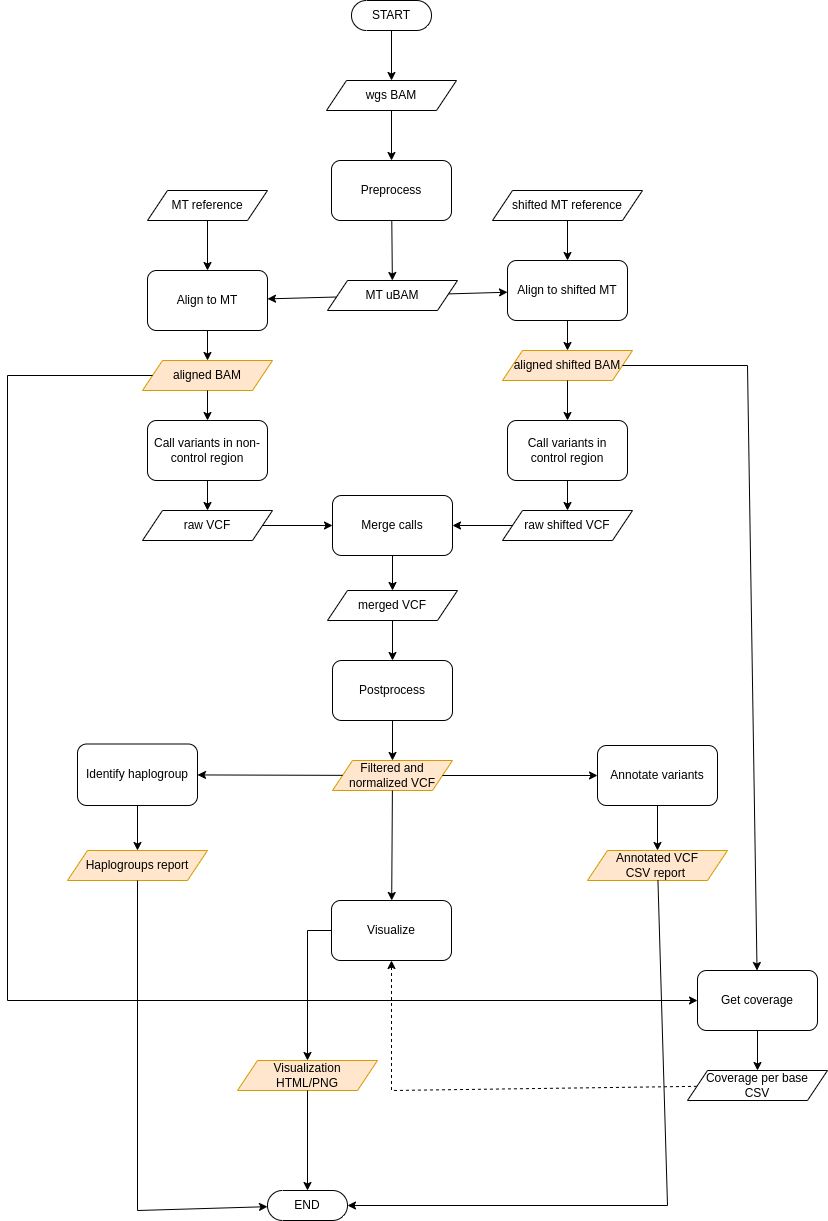
Earlier version of the draw.io export docs/source/images/mitopy.png (bendda/mitopy). Source tidied: cells renumbered, new cells last; positions are measured from the earlier drawing's top-left corner, leaving out a move shared by most shapes. Source of this version:
```xml
<mxGraphModel>
  <root>
    <mxCell id="0" />
    <mxCell id="1" parent="0" />
    <mxCell id="2" value="Preprocess" style="rounded=1;whiteSpace=wrap;html=1;" parent="1" vertex="1">
      <mxGeometry x="324" y="160" width="120" height="60" as="geometry" />
    </mxCell>
    <mxCell id="3" value="wgs BAM" style="shape=parallelogram;perimeter=parallelogramPerimeter;whiteSpace=wrap;html=1;fixedSize=1;" parent="1" vertex="1">
      <mxGeometry x="319" y="80" width="130" height="30" as="geometry" />
    </mxCell>
    <mxCell id="4" value="MT uBAM" style="shape=parallelogram;perimeter=parallelogramPerimeter;whiteSpace=wrap;html=1;fixedSize=1;" parent="1" vertex="1">
      <mxGeometry x="320" y="280" width="130" height="30" as="geometry" />
    </mxCell>
    <mxCell id="5" value="Align to MT" style="rounded=1;whiteSpace=wrap;html=1;" parent="1" vertex="1">
      <mxGeometry x="140" y="270" width="120" height="60" as="geometry" />
    </mxCell>
    <mxCell id="6" value="Align to shifted MT" style="rounded=1;whiteSpace=wrap;html=1;" parent="1" vertex="1">
      <mxGeometry x="500" y="260" width="120" height="60" as="geometry" />
    </mxCell>
    <mxCell id="7" value="aligned BAM" style="shape=parallelogram;perimeter=parallelogramPerimeter;whiteSpace=wrap;html=1;fixedSize=1;fillColor=#ffe6cc;strokeColor=#d79b00;" parent="1" vertex="1">
      <mxGeometry x="135" y="360" width="130" height="30" as="geometry" />
    </mxCell>
    <mxCell id="8" value="aligned shifted BAM" style="shape=parallelogram;perimeter=parallelogramPerimeter;whiteSpace=wrap;html=1;fixedSize=1;fillColor=#ffe6cc;strokeColor=#d79b00;" parent="1" vertex="1">
      <mxGeometry x="495" y="350" width="130" height="30" as="geometry" />
    </mxCell>
    <mxCell id="9" value="Call variants in non-control region" style="rounded=1;whiteSpace=wrap;html=1;" parent="1" vertex="1">
      <mxGeometry x="140" y="420" width="120" height="60" as="geometry" />
    </mxCell>
    <mxCell id="10" value="Call variants in control region" style="rounded=1;whiteSpace=wrap;html=1;" parent="1" vertex="1">
      <mxGeometry x="500" y="420" width="120" height="60" as="geometry" />
    </mxCell>
    <mxCell id="11" value="raw VCF" style="shape=parallelogram;perimeter=parallelogramPerimeter;whiteSpace=wrap;html=1;fixedSize=1;" parent="1" vertex="1">
      <mxGeometry x="135" y="510" width="130" height="30" as="geometry" />
    </mxCell>
    <mxCell id="12" value="raw shifted VCF" style="shape=parallelogram;perimeter=parallelogramPerimeter;whiteSpace=wrap;html=1;fixedSize=1;" parent="1" vertex="1">
      <mxGeometry x="495" y="510" width="130" height="30" as="geometry" />
    </mxCell>
    <mxCell id="13" value="Merge calls" style="rounded=1;whiteSpace=wrap;html=1;" parent="1" vertex="1">
      <mxGeometry x="325" y="495" width="120" height="60" as="geometry" />
    </mxCell>
    <mxCell id="14" value="Postprocess" style="rounded=1;whiteSpace=wrap;html=1;" parent="1" vertex="1">
      <mxGeometry x="325" y="660" width="120" height="60" as="geometry" />
    </mxCell>
    <mxCell id="15" value="merged VCF" style="shape=parallelogram;perimeter=parallelogramPerimeter;whiteSpace=wrap;html=1;fixedSize=1;" parent="1" vertex="1">
      <mxGeometry x="320" y="590" width="130" height="30" as="geometry" />
    </mxCell>
    <mxCell id="16" value="Filtered and normalized VCF" style="shape=parallelogram;perimeter=parallelogramPerimeter;whiteSpace=wrap;html=1;fixedSize=1;fillColor=#ffe6cc;strokeColor=#d79b00;" parent="1" vertex="1">
      <mxGeometry x="325" y="760" width="120" height="30" as="geometry" />
    </mxCell>
    <mxCell id="17" value="Annotate variants" style="rounded=1;whiteSpace=wrap;html=1;" parent="1" vertex="1">
      <mxGeometry x="590" y="745" width="120" height="60" as="geometry" />
    </mxCell>
    <mxCell id="18" value="Visualize" style="rounded=1;whiteSpace=wrap;html=1;" parent="1" vertex="1">
      <mxGeometry x="324" y="900" width="120" height="60" as="geometry" />
    </mxCell>
    <mxCell id="19" value="Identify haplogroup" style="rounded=1;whiteSpace=wrap;html=1;" parent="1" vertex="1">
      <mxGeometry x="70" y="743.5" width="120" height="61.5" as="geometry" />
    </mxCell>
    <mxCell id="20" value="Get coverage" style="rounded=1;whiteSpace=wrap;html=1;" parent="1" vertex="1">
      <mxGeometry x="690" y="970" width="120" height="60" as="geometry" />
    </mxCell>
    <mxCell id="21" style="endArrow=classic;html=1;rounded=0;" parent="1" edge="1" source="3" target="2">
      <mxGeometry relative="1" as="geometry" />
    </mxCell>
    <mxCell id="22" style="endArrow=classic;html=1;rounded=0;" parent="1" edge="1" source="2" target="4">
      <mxGeometry relative="1" as="geometry" />
    </mxCell>
    <mxCell id="23" style="endArrow=classic;html=1;rounded=0;" parent="1" edge="1" source="4" target="5">
      <mxGeometry relative="1" as="geometry" />
    </mxCell>
    <mxCell id="24" style="endArrow=classic;html=1;rounded=0;" parent="1" edge="1" source="4" target="6">
      <mxGeometry relative="1" as="geometry" />
    </mxCell>
    <mxCell id="25" style="endArrow=classic;html=1;rounded=0;" parent="1" edge="1" source="5" target="7">
      <mxGeometry relative="1" as="geometry" />
    </mxCell>
    <mxCell id="26" style="endArrow=classic;html=1;rounded=0;" parent="1" edge="1" source="6" target="8">
      <mxGeometry relative="1" as="geometry" />
    </mxCell>
    <mxCell id="27" value="MT reference" style="shape=parallelogram;perimeter=parallelogramPerimeter;whiteSpace=wrap;html=1;fixedSize=1;" parent="1" vertex="1">
      <mxGeometry x="140" y="190" width="120" height="30" as="geometry" />
    </mxCell>
    <mxCell id="28" value="shifted MT reference" style="shape=parallelogram;perimeter=parallelogramPerimeter;whiteSpace=wrap;html=1;fixedSize=1;" parent="1" vertex="1">
      <mxGeometry x="485" y="190" width="150" height="30" as="geometry" />
    </mxCell>
    <mxCell id="29" style="endArrow=classic;html=1;rounded=0;" parent="1" edge="1" source="27" target="5">
      <mxGeometry relative="1" as="geometry" />
    </mxCell>
    <mxCell id="30" style="endArrow=classic;html=1;rounded=0;" parent="1" edge="1" source="28" target="6">
      <mxGeometry relative="1" as="geometry" />
    </mxCell>
    <mxCell id="31" style="endArrow=classic;html=1;rounded=0;" parent="1" edge="1" source="7" target="9">
      <mxGeometry relative="1" as="geometry" />
    </mxCell>
    <mxCell id="32" style="endArrow=classic;html=1;rounded=0;" parent="1" edge="1" source="8" target="10">
      <mxGeometry relative="1" as="geometry" />
    </mxCell>
    <mxCell id="33" style="endArrow=classic;html=1;rounded=0;" parent="1" edge="1" source="9" target="11">
      <mxGeometry relative="1" as="geometry" />
    </mxCell>
    <mxCell id="34" style="endArrow=classic;html=1;rounded=0;" parent="1" edge="1" source="10" target="12">
      <mxGeometry relative="1" as="geometry" />
    </mxCell>
    <mxCell id="35" style="endArrow=classic;html=1;rounded=0;" parent="1" edge="1" source="11" target="13">
      <mxGeometry relative="1" as="geometry" />
    </mxCell>
    <mxCell id="36" style="endArrow=classic;html=1;rounded=0;" parent="1" edge="1" source="12" target="13">
      <mxGeometry relative="1" as="geometry" />
    </mxCell>
    <mxCell id="37" style="endArrow=classic;html=1;rounded=0;" parent="1" edge="1" source="13" target="15">
      <mxGeometry relative="1" as="geometry" />
    </mxCell>
    <mxCell id="38" style="endArrow=classic;html=1;rounded=0;" parent="1" edge="1" source="15" target="14">
      <mxGeometry relative="1" as="geometry" />
    </mxCell>
    <mxCell id="39" style="endArrow=classic;html=1;rounded=0;" parent="1" edge="1" source="14" target="16">
      <mxGeometry relative="1" as="geometry" />
    </mxCell>
    <mxCell id="40" style="endArrow=classic;html=1;rounded=0;" parent="1" edge="1" source="16" target="17">
      <mxGeometry relative="1" as="geometry" />
    </mxCell>
    <mxCell id="41" style="endArrow=classic;html=1;rounded=0;" parent="1" edge="1" source="16" target="18">
      <mxGeometry relative="1" as="geometry" />
    </mxCell>
    <mxCell id="42" style="endArrow=classic;html=1;rounded=0;" parent="1" edge="1" source="16" target="19">
      <mxGeometry relative="1" as="geometry" />
    </mxCell>
    <mxCell id="43" style="endArrow=classic;html=1;rounded=0;" parent="1" edge="1" source="8" target="20">
      <mxGeometry relative="1" as="geometry">
        <Array as="points">
          <mxPoint x="740" y="365" />
        </Array>
      </mxGeometry>
    </mxCell>
    <mxCell id="44" style="endArrow=classic;html=1;rounded=0;" parent="1" edge="1" source="7" target="20">
      <mxGeometry relative="1" as="geometry">
        <Array as="points">
          <mxPoint y="375" />
          <mxPoint y="1000" />
        </Array>
      </mxGeometry>
    </mxCell>
    <mxCell id="45" style="html=1;labelBackgroundColor=#ffffff;startArrow=none;startFill=0;startSize=6;endArrow=classic;endFill=1;endSize=6;jettySize=auto;strokeWidth=1;dashed=1;fontSize=14;rounded=0;" parent="1" edge="1" source="46" target="18">
      <mxGeometry relative="1" as="geometry">
        <Array as="points">
          <mxPoint x="384" y="1090" />
        </Array>
      </mxGeometry>
    </mxCell>
    <mxCell id="46" value="Coverage per base&lt;br&gt;CSV" style="shape=parallelogram;perimeter=parallelogramPerimeter;whiteSpace=wrap;html=1;fixedSize=1;" parent="1" vertex="1">
      <mxGeometry x="680" y="1070" width="140" height="30" as="geometry" />
    </mxCell>
    <mxCell id="47" style="endArrow=classic;html=1;rounded=0;" parent="1" edge="1" source="20" target="46">
      <mxGeometry relative="1" as="geometry" />
    </mxCell>
    <mxCell id="48" value="Haplogroups report" style="shape=parallelogram;perimeter=parallelogramPerimeter;whiteSpace=wrap;html=1;fixedSize=1;fillColor=#ffe6cc;strokeColor=#d79b00;" parent="1" vertex="1">
      <mxGeometry x="60" y="850" width="140" height="30" as="geometry" />
    </mxCell>
    <mxCell id="49" style="endArrow=classic;html=1;rounded=0;" parent="1" edge="1" source="19" target="48">
      <mxGeometry relative="1" as="geometry" />
    </mxCell>
    <mxCell id="50" value="Annotated VCF&lt;br&gt;CSV report&amp;nbsp;" style="shape=parallelogram;perimeter=parallelogramPerimeter;whiteSpace=wrap;html=1;fixedSize=1;fillColor=#ffe6cc;strokeColor=#d79b00;" parent="1" vertex="1">
      <mxGeometry x="580" y="850" width="140" height="30" as="geometry" />
    </mxCell>
    <mxCell id="51" style="endArrow=classic;html=1;rounded=0;" parent="1" edge="1" source="17" target="50">
      <mxGeometry relative="1" as="geometry" />
    </mxCell>
    <mxCell id="52" style="endArrow=classic;html=1;rounded=0;" parent="1" edge="1" source="18" target="53">
      <mxGeometry relative="1" as="geometry">
        <Array as="points">
          <mxPoint x="300" y="930" />
        </Array>
      </mxGeometry>
    </mxCell>
    <mxCell id="53" value="Visualization&lt;br&gt;HTML/PNG" style="shape=parallelogram;perimeter=parallelogramPerimeter;whiteSpace=wrap;html=1;fixedSize=1;fillColor=#ffe6cc;strokeColor=#d79b00;" parent="1" vertex="1">
      <mxGeometry x="230" y="1060" width="140" height="30" as="geometry" />
    </mxCell>
    <mxCell id="54" style="edgeStyle=orthogonalEdgeStyle;rounded=0;orthogonalLoop=1;jettySize=auto;html=1;exitX=0.5;exitY=1;exitDx=0;exitDy=0;" parent="1" edge="1" source="53" target="53">
      <mxGeometry relative="1" as="geometry" />
    </mxCell>
    <mxCell id="55" value="END" style="html=1;dashed=0;whiteSpace=wrap;shape=mxgraph.dfd.start;" parent="1" vertex="1">
      <mxGeometry x="260" y="1190" width="80" height="30" as="geometry" />
    </mxCell>
    <mxCell id="56" value="START" style="html=1;dashed=0;whiteSpace=wrap;shape=mxgraph.dfd.start;" parent="1" vertex="1">
      <mxGeometry x="344" width="80" height="30" as="geometry" />
    </mxCell>
    <mxCell id="57" style="endArrow=classic;html=1;rounded=0;" parent="1" edge="1" source="56" target="3">
      <mxGeometry relative="1" as="geometry" />
    </mxCell>
    <mxCell id="58" style="endArrow=classic;html=1;rounded=0;" parent="1" edge="1" source="48" target="55">
      <mxGeometry relative="1" as="geometry">
        <Array as="points">
          <mxPoint x="130" y="1210" />
        </Array>
      </mxGeometry>
    </mxCell>
    <mxCell id="59" style="endArrow=classic;html=1;rounded=0;" parent="1" edge="1" source="53" target="55">
      <mxGeometry relative="1" as="geometry" />
    </mxCell>
    <mxCell id="60" style="endArrow=classic;html=1;rounded=0;" parent="1" edge="1" source="50" target="55">
      <mxGeometry relative="1" as="geometry">
        <Array as="points">
          <mxPoint x="660" y="1205" />
        </Array>
      </mxGeometry>
    </mxCell>
  </root>
</mxGraphModel>
```
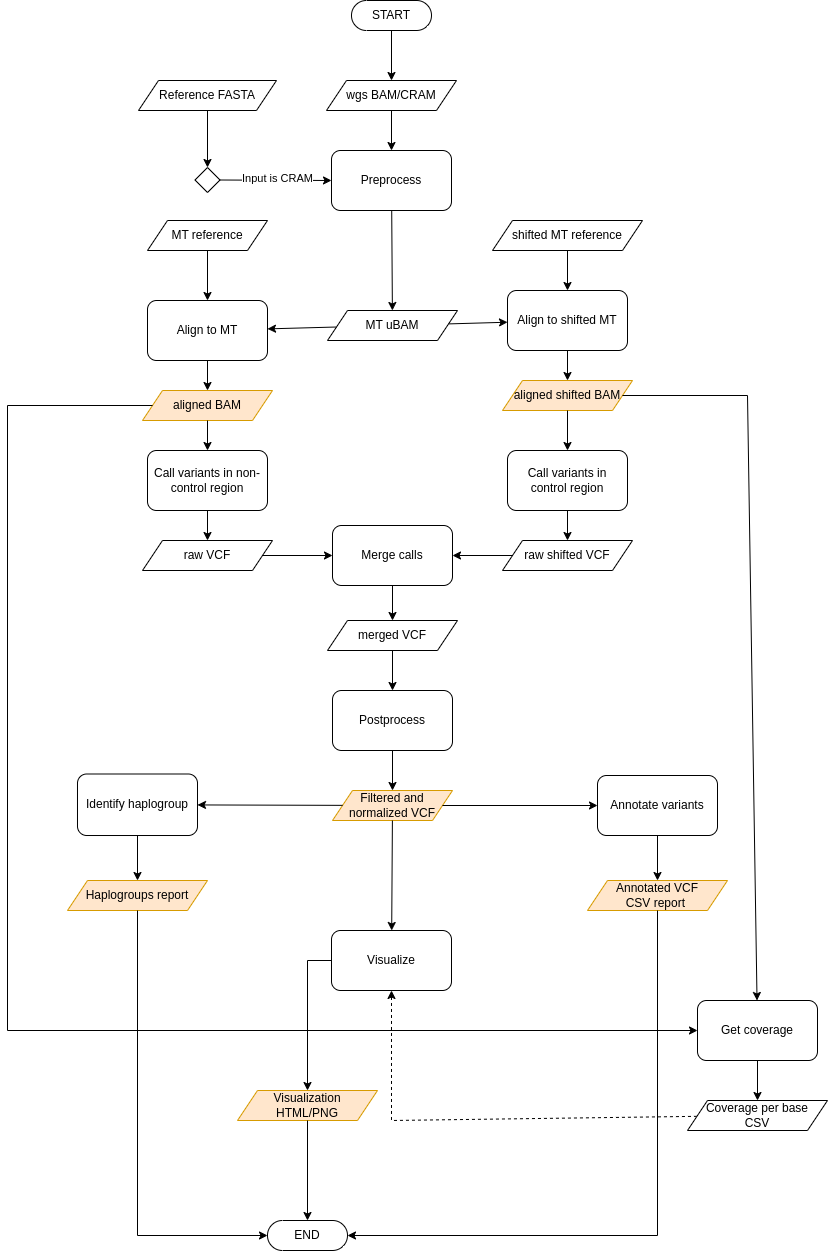
The same diagram one commit later.

Diff of the diagram source:
```diff
@@ -3,10 +3,10 @@
     <mxCell id="0" />
     <mxCell id="1" parent="0" />
     <mxCell id="2" value="Preprocess" style="rounded=1;whiteSpace=wrap;html=1;" parent="1" vertex="1">
-      <mxGeometry x="324" y="160" width="120" height="60" as="geometry" />
+      <mxGeometry x="324" y="120" width="120" height="60" as="geometry" />
     </mxCell>
-    <mxCell id="3" value="wgs BAM" style="shape=parallelogram;perimeter=parallelogramPerimeter;whiteSpace=wrap;html=1;fixedSize=1;" parent="1" vertex="1">
-      <mxGeometry x="319" y="80" width="130" height="30" as="geometry" />
+    <mxCell id="3" value="wgs BAM/CRAM" style="shape=parallelogram;perimeter=parallelogramPerimeter;whiteSpace=wrap;html=1;fixedSize=1;" parent="1" vertex="1">
+      <mxGeometry x="319" y="50" width="130" height="30" as="geometry" />
     </mxCell>
     <mxCell id="4" value="MT uBAM" style="shape=parallelogram;perimeter=parallelogramPerimeter;whiteSpace=wrap;html=1;fixedSize=1;" parent="1" vertex="1">
       <mxGeometry x="320" y="280" width="130" height="30" as="geometry" />
@@ -182,7 +182,7 @@
       <mxGeometry x="260" y="1190" width="80" height="30" as="geometry" />
     </mxCell>
     <mxCell id="56" value="START" style="html=1;dashed=0;whiteSpace=wrap;shape=mxgraph.dfd.start;" parent="1" vertex="1">
-      <mxGeometry x="344" width="80" height="30" as="geometry" />
+      <mxGeometry x="344" y="-30" width="80" height="30" as="geometry" />
     </mxCell>
     <mxCell id="57" style="endArrow=classic;html=1;rounded=0;" parent="1" edge="1" source="56" target="3">
       <mxGeometry relative="1" as="geometry" />
@@ -190,7 +190,7 @@
     <mxCell id="58" style="endArrow=classic;html=1;rounded=0;" parent="1" edge="1" source="48" target="55">
       <mxGeometry relative="1" as="geometry">
         <Array as="points">
-          <mxPoint x="130" y="1210" />
+          <mxPoint x="130" y="1205" />
         </Array>
       </mxGeometry>
     </mxCell>
@@ -200,9 +200,24 @@
     <mxCell id="60" style="endArrow=classic;html=1;rounded=0;" parent="1" edge="1" source="50" target="55">
       <mxGeometry relative="1" as="geometry">
         <Array as="points">
-          <mxPoint x="660" y="1205" />
+          <mxPoint x="650" y="1205" />
         </Array>
       </mxGeometry>
     </mxCell>
+    <mxCell id="61" style="edgeStyle=orthogonalEdgeStyle;rounded=0;jettySize=auto;html=1;" parent="1" edge="1" source="62" target="63">
+      <mxGeometry relative="1" as="geometry" />
+    </mxCell>
+    <mxCell id="62" value="Reference FASTA" style="shape=parallelogram;perimeter=parallelogramPerimeter;whiteSpace=wrap;html=1;fixedSize=1;fillColor=none;strokeColor=#000000;" parent="1" vertex="1">
+      <mxGeometry x="131" y="50" width="138" height="30" as="geometry" />
+    </mxCell>
+    <mxCell id="63" style="rhombus;whiteSpace=wrap;html=1;" parent="1" vertex="1">
+      <mxGeometry x="187.5" y="137" width="25" height="25" as="geometry" />
+    </mxCell>
+    <mxCell id="64" style="endArrow=classic;html=1;rounded=0;exitX=1;exitY=0.5;exitDx=0;exitDy=0;entryX=0;entryY=0.5;entryDx=0;entryDy=0;" parent="1" edge="1" source="63" target="2">
+      <mxGeometry relative="1" as="geometry" />
+    </mxCell>
+    <mxCell id="65" value="Input is CRAM" style="edgeLabel;html=1;align=center;verticalAlign=middle;" parent="64" vertex="1">
+      <mxGeometry x="0.02" y="2" relative="1" as="geometry" />
+    </mxCell>
   </root>
 </mxGraphModel>
```
